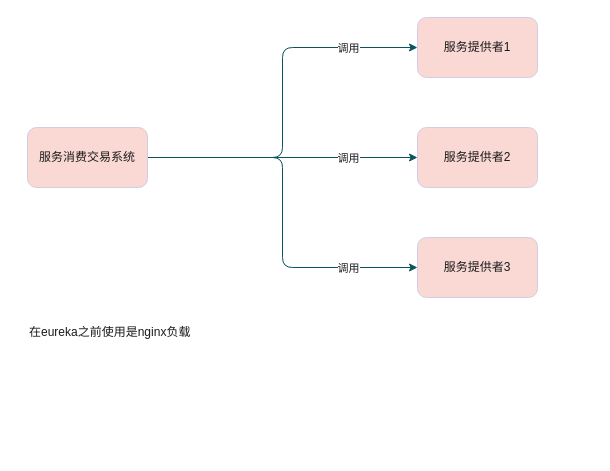
Before: flow/注册中心与服务注册.drawio in songyongzhan/diagrams, a draw.io diagram. Source tidied: cells renumbered, new cells numbered last; positions are measured from the earlier drawing's top-left corner, leaving out a move shared by most shapes. Both pictures are drawn from the tidied source at 100%, with x=0, y=0 at pixel (27, 17).
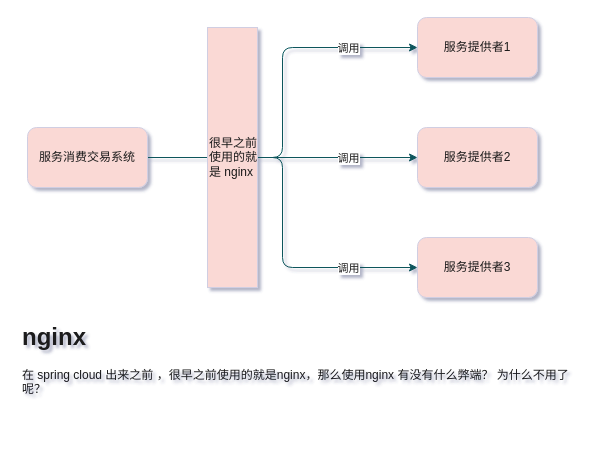
Above is the later version.

Commit message (it also covers changes not shown here):
更新注册中心与服务注册.drawio

The edit, as a diff of the source:
```diff
@@
-<mxGraphModel>
+<mxGraphModel shadow="1">
   <root>
     <mxCell id="0" />
     <mxCell id="1" parent="0" />
     <mxCell id="2" style="edgeStyle=orthogonalEdgeStyle;curved=0;rounded=1;sketch=0;jettySize=auto;html=1;exitX=1;exitY=0.5;exitDx=0;exitDy=0;entryX=0;entryY=0.5;entryDx=0;entryDy=0;strokeColor=#09555B;fontColor=#1A1A1A;" parent="1" edge="1" source="6" target="7">
       <mxGeometry relative="1" as="geometry" />
     </mxCell>
     <mxCell id="3" value="调用" style="edgeLabel;html=1;align=center;verticalAlign=middle;fontColor=#1A1A1A;" parent="2" vertex="1">
       <mxGeometry x="0.13" relative="1" as="geometry">
         <mxPoint x="65" y="-30" as="offset" />
       </mxGeometry>
     </mxCell>
     <mxCell id="4" style="edgeStyle=orthogonalEdgeStyle;curved=0;rounded=1;sketch=0;jettySize=auto;html=1;exitX=1;exitY=0.5;exitDx=0;exitDy=0;entryX=0;entryY=0.5;entryDx=0;entryDy=0;strokeColor=#09555B;fontColor=#1A1A1A;" parent="1" edge="1" source="6" target="8">
       <mxGeometry relative="1" as="geometry" />
     </mxCell>
     <mxCell id="5" style="edgeStyle=orthogonalEdgeStyle;rounded=1;sketch=0;jettySize=auto;html=1;exitX=1;exitY=0.5;exitDx=0;exitDy=0;entryX=0;entryY=0.5;entryDx=0;entryDy=0;strokeColor=#09555B;fontColor=#1A1A1A;" parent="1" edge="1" source="6" target="9">
       <mxGeometry relative="1" as="geometry" />
     </mxCell>
     <mxCell id="6" value="服务消费交易系统" style="whiteSpace=wrap;html=1;fillColor=#FAD9D5;strokeColor=#D0CEE2;fontColor=#1A1A1A;rounded=1;" parent="1" vertex="1">
       <mxGeometry y="110" width="120" height="60" as="geometry" />
     </mxCell>
     <mxCell id="7" value="服务提供者1" style="rounded=1;whiteSpace=wrap;html=1;sketch=0;strokeColor=#D0CEE2;fillColor=#FAD9D5;fontColor=#1A1A1A;align=center;" parent="1" vertex="1">
       <mxGeometry x="390" width="120" height="60" as="geometry" />
     </mxCell>
     <mxCell id="8" value="服务提供者2" style="rounded=1;whiteSpace=wrap;html=1;sketch=0;strokeColor=#D0CEE2;fillColor=#FAD9D5;fontColor=#1A1A1A;align=center;" parent="1" vertex="1">
       <mxGeometry x="390" y="110" width="120" height="60" as="geometry" />
     </mxCell>
     <mxCell id="9" value="服务提供者3" style="rounded=1;whiteSpace=wrap;html=1;sketch=0;strokeColor=#D0CEE2;fillColor=#FAD9D5;fontColor=#1A1A1A;align=center;" parent="1" vertex="1">
       <mxGeometry x="390" y="220" width="120" height="60" as="geometry" />
     </mxCell>
-    <mxCell id="10" value="在eureka之前使用是nginx负载" style="text;html=1;strokeColor=none;fillColor=none;align=left;verticalAlign=middle;whiteSpace=wrap;rounded=0;sketch=0;fontColor=#1A1A1A;" parent="1" vertex="1">
-      <mxGeometry y="280" width="350" height="70" as="geometry" />
-    </mxCell>
     <mxCell id="11" value="调用" style="edgeLabel;html=1;align=center;verticalAlign=middle;fontColor=#1A1A1A;" parent="1" vertex="1">
       <mxGeometry x="320" y="140" as="geometry" />
     </mxCell>
     <mxCell id="12" value="调用" style="edgeLabel;html=1;align=center;verticalAlign=middle;fontColor=#1A1A1A;" parent="1" vertex="1">
       <mxGeometry x="320" y="250" as="geometry" />
     </mxCell>
+    <mxCell id="13" value="很早之前使用的就是 nginx" style="rounded=0;whiteSpace=wrap;html=1;sketch=0;strokeColor=#D0CEE2;fillColor=#FAD9D5;fontColor=#1A1A1A;align=left;" parent="1" vertex="1">
+      <mxGeometry x="180" y="10" width="50" height="260" as="geometry" />
+    </mxCell>
+    <mxCell id="14" value="&lt;h1&gt;nginx&lt;/h1&gt;&lt;p&gt;在 spring cloud 出来之前 ，很早之前使用的就是nginx，那么使用nginx 有没有什么弊端？ 为什么不用了呢？&lt;br&gt;&lt;/p&gt;" style="text;html=1;strokeColor=none;fillColor=none;spacing=5;spacingTop=-20;whiteSpace=wrap;overflow=hidden;rounded=0;sketch=0;fontColor=#1A1A1A;align=left;" parent="1" vertex="1">
+      <mxGeometry x="-10" y="300" width="570" height="130" as="geometry" />
+    </mxCell>
   </root>
 </mxGraphModel>
```
